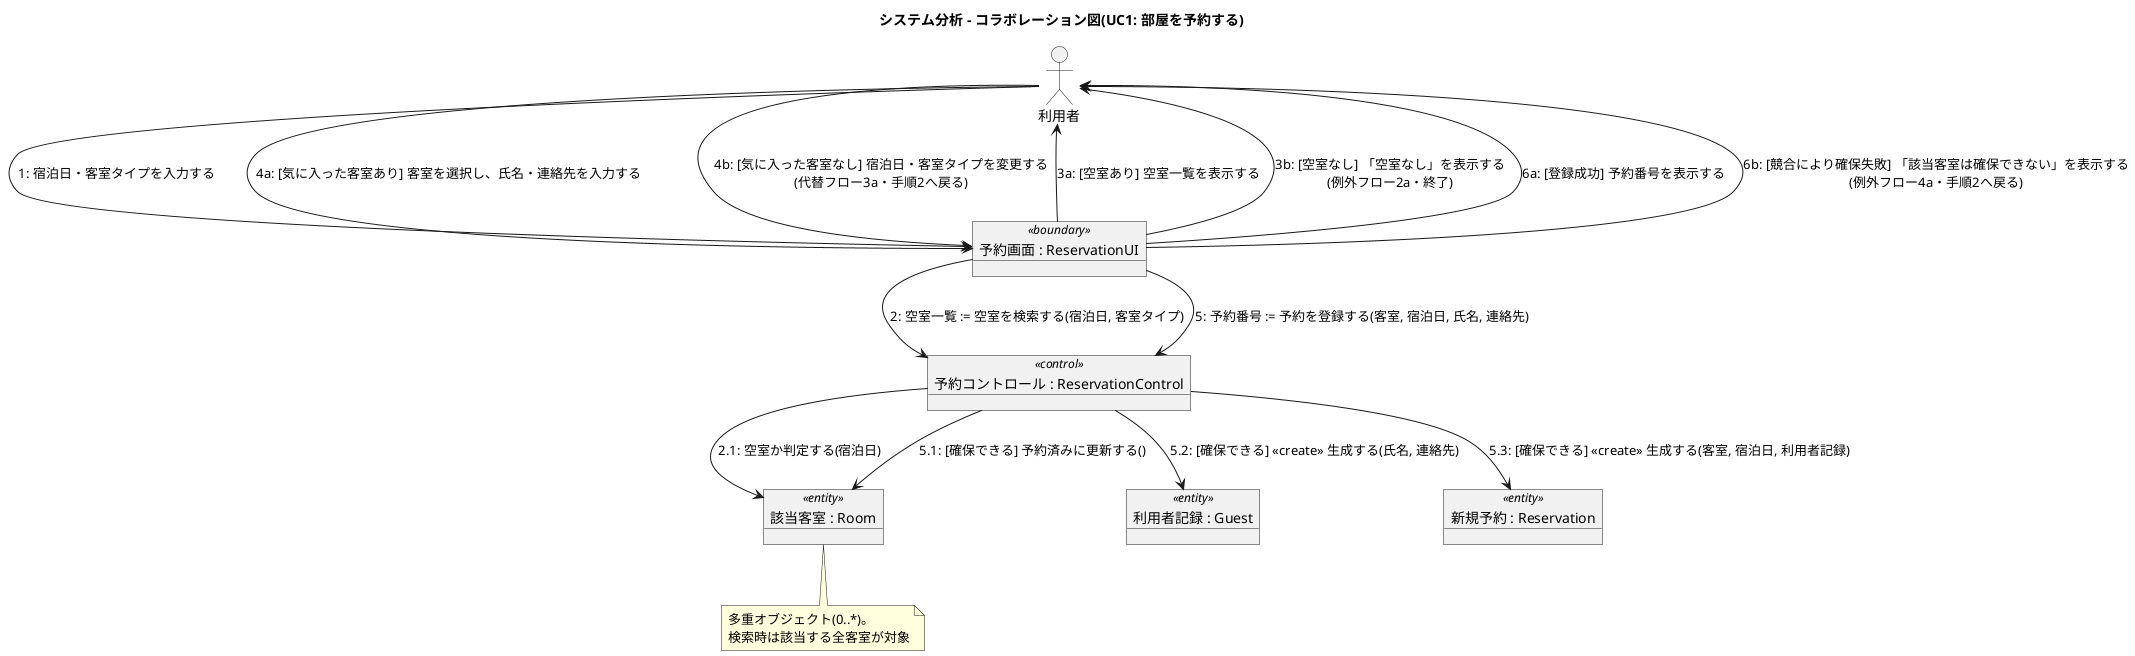
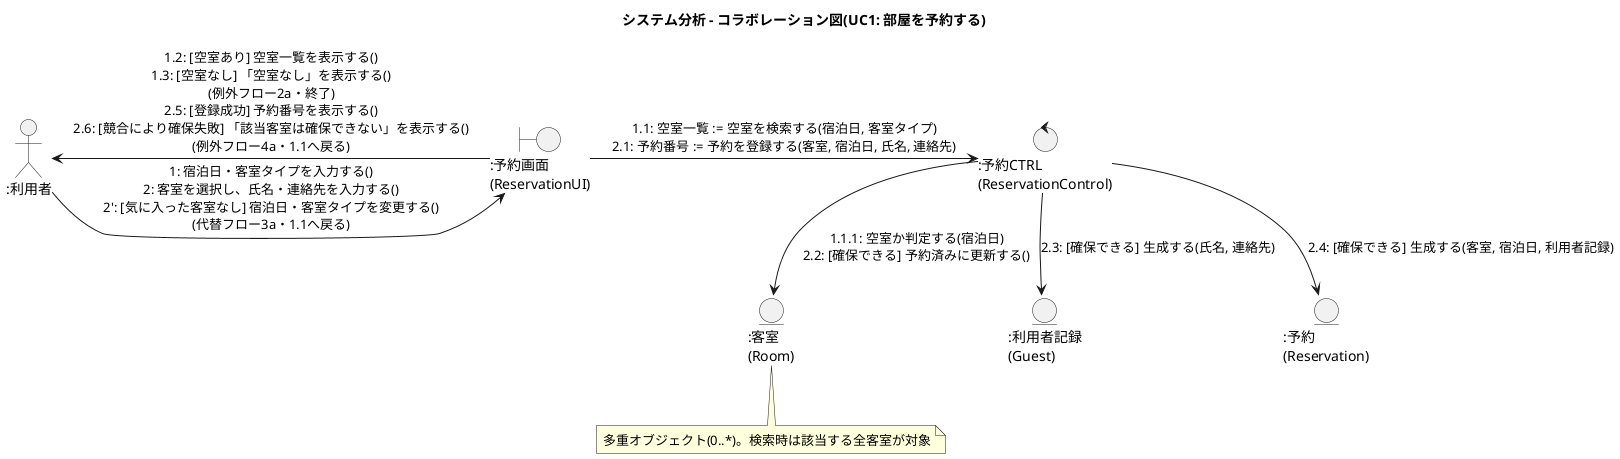
@startuml collaboration_uc1_reserve
- allowmixing
title システム分析 - コラボレーション図(UC1: 部屋を予約する)

- actor "利用者" as Guest
- object "予約画面 : ReservationUI" as UI <<boundary>>
- object "予約コントロール : ReservationControl" as Ctrl <<control>>
- object "該当客室 : Room" as Room <<entity>>
- object "利用者記録 : Guest" as GuestRec <<entity>>
- object "新規予約 : Reservation" as Rsv <<entity>>
+ actor ":利用者" as Guest
+ boundary ":予約画面\n(ReservationUI)" as UI
+ control ":予約CTRL\n(ReservationControl)" as Ctrl
+ entity ":客室\n(Room)" as Room
+ entity ":利用者記録\n(Guest)" as GuestRec
+ entity ":予約\n(Reservation)" as Rsv

- note bottom of Room : 多重オブジェクト(0..*)。\n検索時は該当する全客室が対象
+ Guest -right-> UI : 1: 宿泊日・客室タイプを入力する()\n2: 客室を選択し、氏名・連絡先を入力する()\n2': [気に入った客室なし] 宿泊日・客室タイプを変更する()\n(代替フロー3a・1.1へ戻る)
+ UI -left-> Guest : 1.2: [空室あり] 空室一覧を表示する()\n1.3: [空室なし] 「空室なし」を表示する()\n(例外フロー2a・終了)\n2.5: [登録成功] 予約番号を表示する()\n2.6: [競合により確保失敗] 「該当客室は確保できない」を表示する()\n(例外フロー4a・1.1へ戻る)
+ UI -right-> Ctrl : 1.1: 空室一覧 := 空室を検索する(宿泊日, 客室タイプ)\n2.1: 予約番号 := 予約を登録する(客室, 宿泊日, 氏名, 連絡先)
+ Ctrl -down-> Room : 1.1.1: 空室か判定する(宿泊日)\n2.2: [確保できる] 予約済みに更新する()
+ Ctrl -down-> GuestRec : 2.3: [確保できる] 生成する(氏名, 連絡先)
+ Ctrl -down-> Rsv : 2.4: [確保できる] 生成する(客室, 宿泊日, 利用者記録)

- Guest --> UI : 1: 宿泊日・客室タイプを入力する
- UI --> Ctrl : 2: 空室一覧 := 空室を検索する(宿泊日, 客室タイプ)
- Ctrl --> Room : 2.1: 空室か判定する(宿泊日)
- UI --> Guest : 3a: [空室あり] 空室一覧を表示する
- UI --> Guest : 3b: [空室なし] 「空室なし」を表示する\n(例外フロー2a・終了)
- Guest --> UI : 4a: [気に入った客室あり] 客室を選択し、氏名・連絡先を入力する
- Guest --> UI : 4b: [気に入った客室なし] 宿泊日・客室タイプを変更する\n(代替フロー3a・手順2へ戻る)
- UI --> Ctrl : 5: 予約番号 := 予約を登録する(客室, 宿泊日, 氏名, 連絡先)
- Ctrl --> Room : 5.1: [確保できる] 予約済みに更新する()
- Ctrl --> GuestRec : 5.2: [確保できる] <<create>> 生成する(氏名, 連絡先)
- Ctrl --> Rsv : 5.3: [確保できる] <<create>> 生成する(客室, 宿泊日, 利用者記録)
- UI --> Guest : 6a: [登録成功] 予約番号を表示する
- UI --> Guest : 6b: [競合により確保失敗] 「該当客室は確保できない」を表示する\n(例外フロー4a・手順2へ戻る)
+ note bottom of Room : 多重オブジェクト(0..*)。検索時は該当する全客室が対象

@enduml
